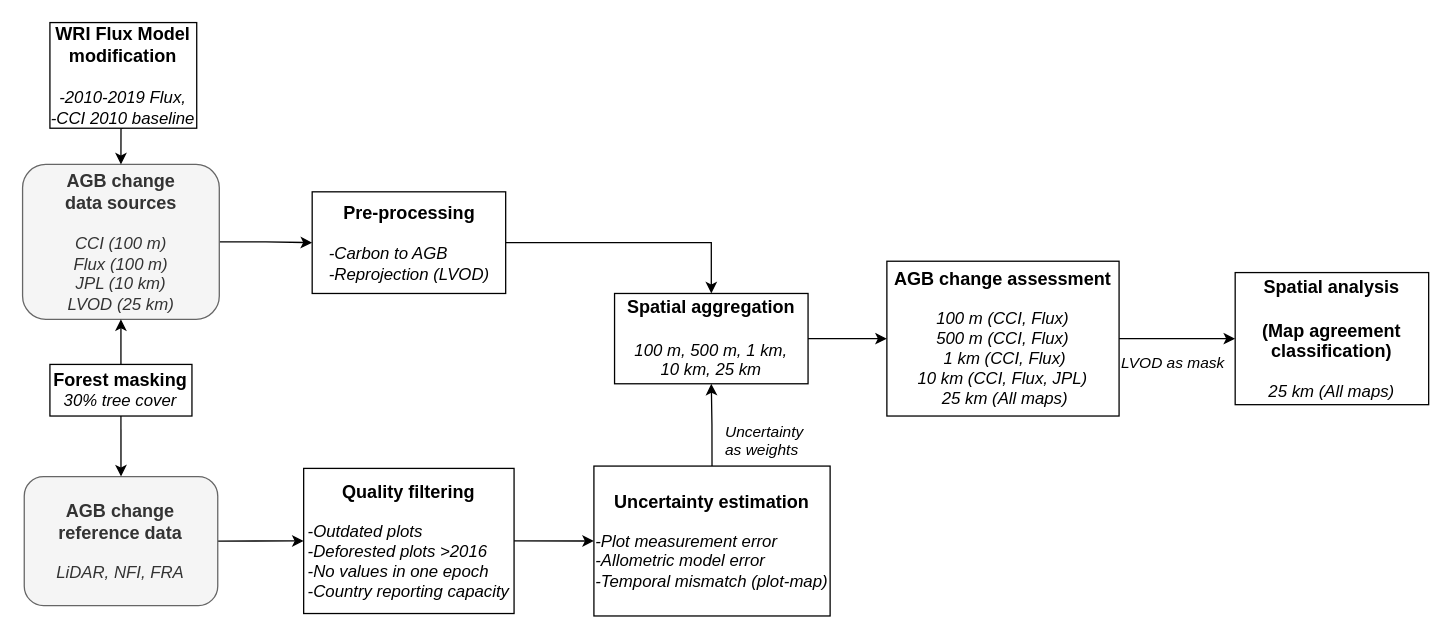
arnanaraza/diagrams keeps this draw.io diagram as paper2.drawio. Above is the earlier version. Source tidied: cells renumbered, new cells numbered last; positions are measured from the earlier drawing's top-left corner, leaving out a move shared by most shapes. Both pictures are drawn from the tidied source at 129%, with x=0, y=0 at pixel (22, 22).
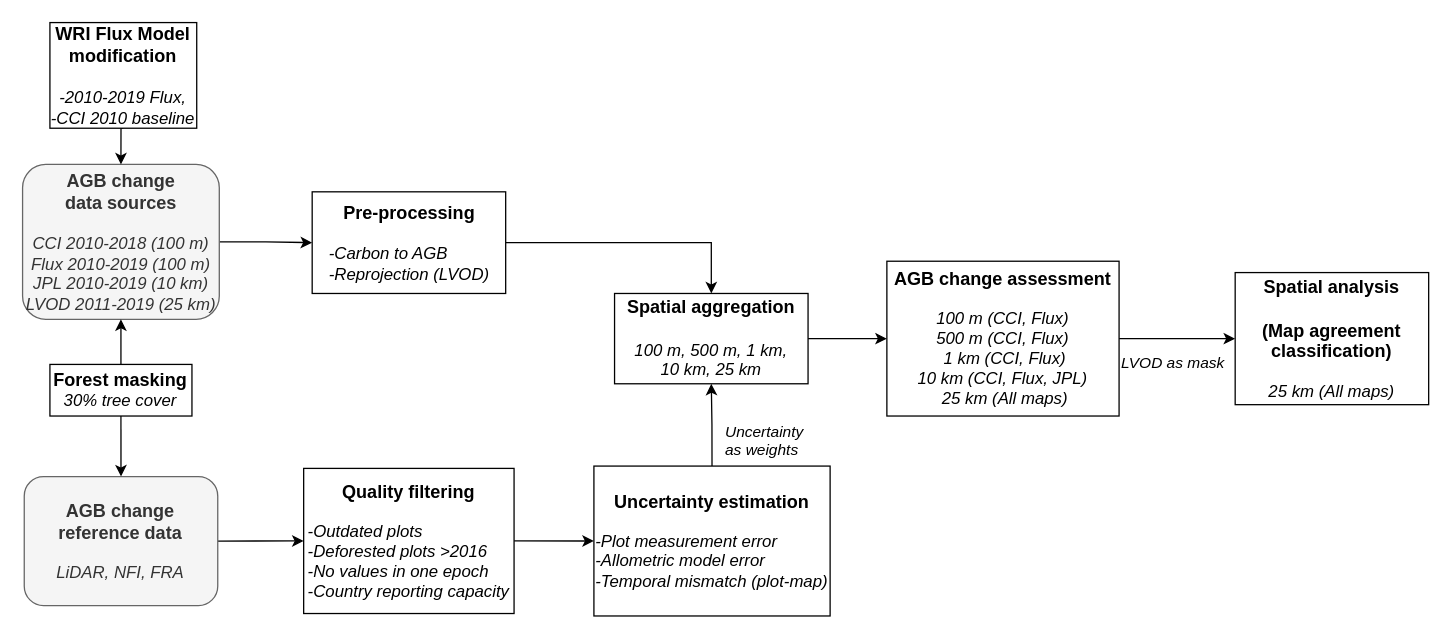
The same page after the edit.

What changed in the source:
```diff
@@
-    <mxCell id="3" value="&lt;b style=&quot;font-size: 14px;&quot;&gt;AGB change &lt;br&gt;data sources&lt;br&gt;&lt;/b&gt;&lt;font style=&quot;font-size: 13px;&quot;&gt;&lt;br&gt;&lt;i&gt;CCI (100 m)&lt;br&gt;Flux (100 m)&lt;br&gt;JPL (10 km)&lt;br&gt;LVOD (25 km)&lt;/i&gt;&lt;/font&gt;&lt;span style=&quot;font-family: &amp;quot;helvetica&amp;quot;&quot;&gt;&lt;br&gt;&lt;/span&gt;" style="rounded=1;whiteSpace=wrap;html=1;fillColor=#f5f5f5;fontColor=#333333;strokeColor=#666666;" parent="1" vertex="1">
+    <mxCell id="3" value="&lt;b style=&quot;font-size: 14px;&quot;&gt;AGB change &lt;br&gt;data sources&lt;br&gt;&lt;/b&gt;&lt;font style=&quot;font-size: 13px;&quot;&gt;&lt;br&gt;&lt;i&gt;CCI 2010-2018 (100 m)&lt;br&gt;Flux 2010-2019 (100 m)&lt;br&gt;JPL 2010-2019 (10 km)&lt;br&gt;LVOD 2011-2019 (25 km)&lt;/i&gt;&lt;/font&gt;&lt;span style=&quot;font-family: &amp;quot;helvetica&amp;quot;&quot;&gt;&lt;br&gt;&lt;/span&gt;" style="rounded=1;whiteSpace=wrap;html=1;fillColor=#f5f5f5;fontColor=#333333;strokeColor=#666666;" parent="1" vertex="1">
       <mxGeometry y="110" width="152.5" height="120" as="geometry" />
     </mxCell>
```
